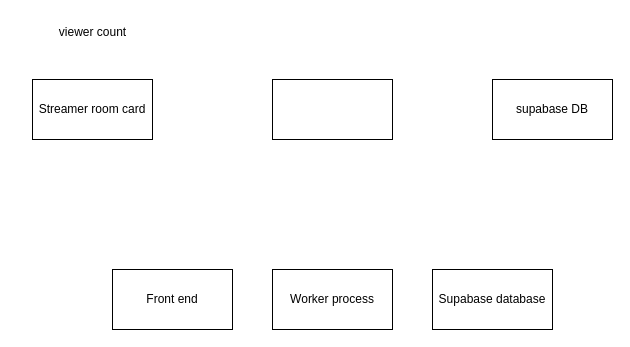
Above: tiktok_live_room_manager.drawio in seongkah/draw.io (draw.io), before the change. Source tidied: cells renumbered, new cells numbered last; positions are measured from the earlier drawing's top-left corner, leaving out a move shared by most shapes. Both pictures are drawn from the tidied source at 100%, with x=0, y=0 at pixel (32, 17).
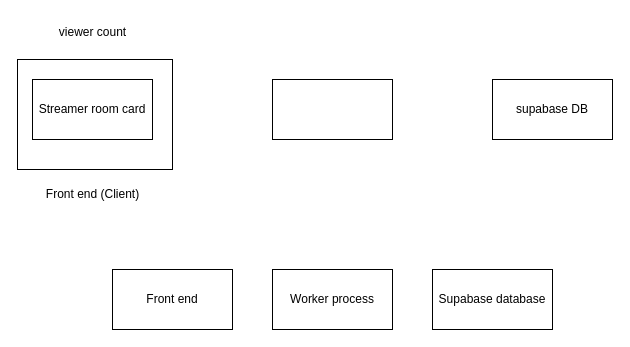
Above is the later version.

Diff of the diagram source:
```diff
@@
 <mxGraphModel>
   <root>
     <mxCell id="0" />
     <mxCell id="1" parent="0" />
+    <mxCell id="9" style="rounded=0;whiteSpace=wrap;html=1;" parent="1" vertex="1">
+      <mxGeometry x="-15" y="42" width="155" height="110" as="geometry" />
+    </mxCell>
     <mxCell id="2" value="Front end" style="rounded=0;whiteSpace=wrap;html=1;" parent="1" vertex="1">
       <mxGeometry x="80" y="252" width="120" height="60" as="geometry" />
     </mxCell>
     <mxCell id="3" value="Worker process" style="rounded=0;whiteSpace=wrap;html=1;" parent="1" vertex="1">
       <mxGeometry x="240" y="252" width="120" height="60" as="geometry" />
     </mxCell>
     <mxCell id="4" value="Supabase database" style="rounded=0;whiteSpace=wrap;html=1;" parent="1" vertex="1">
       <mxGeometry x="400" y="252" width="120" height="60" as="geometry" />
     </mxCell>
     <mxCell id="5" value="viewer count" style="text;html=1;align=center;verticalAlign=middle;strokeColor=none;fillColor=none;" parent="1" vertex="1">
       <mxGeometry x="15" width="90" height="30" as="geometry" />
     </mxCell>
     <mxCell id="6" value="Streamer room card" style="rounded=0;whiteSpace=wrap;html=1;" parent="1" vertex="1">
       <mxGeometry y="62" width="120" height="60" as="geometry" />
     </mxCell>
     <mxCell id="7" style="rounded=0;whiteSpace=wrap;html=1;" parent="1" vertex="1">
       <mxGeometry x="240" y="62" width="120" height="60" as="geometry" />
     </mxCell>
     <mxCell id="8" value="supabase DB" style="rounded=0;whiteSpace=wrap;html=1;" parent="1" vertex="1">
       <mxGeometry x="460" y="62" width="120" height="60" as="geometry" />
     </mxCell>
+    <mxCell id="10" value="Front end (Client)" style="text;html=1;align=center;verticalAlign=middle;strokeColor=none;fillColor=none;" parent="1" vertex="1">
+      <mxGeometry y="162" width="120" height="30" as="geometry" />
+    </mxCell>
   </root>
 </mxGraphModel>
```
